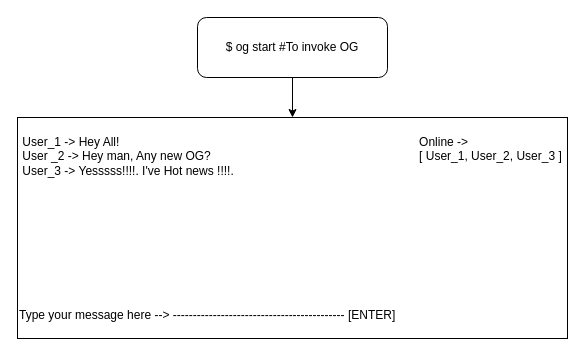
The draw.io diagram docs/system-design.drawio in rafitc/project-og, before the edit. Source tidied: cells renumbered, new cells numbered last; positions are measured from the earlier drawing's top-left corner, leaving out a move shared by most shapes. Both pictures are drawn from the tidied source at 100%, with x=0, y=0 at pixel (17, 17).
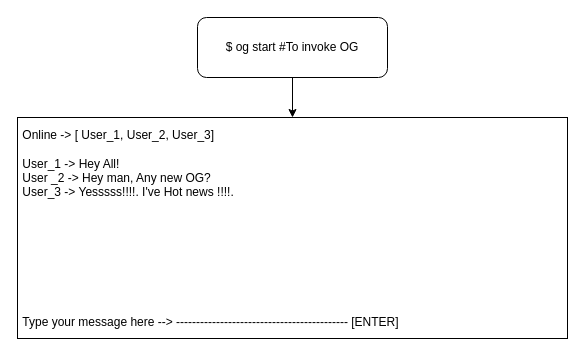
After the change.

What changed in the source:
```diff
@@
 <mxGraphModel>
   <root>
     <mxCell id="0" />
     <mxCell id="1" parent="0" />
-    <mxCell id="2" value="&amp;nbsp;User_1 -&amp;gt; Hey All!&amp;nbsp; &amp;nbsp; &amp;nbsp; &amp;nbsp; &amp;nbsp;&amp;nbsp;&lt;span style=&quot;white-space: pre;&quot;&gt;&#9;&lt;/span&gt;&lt;span style=&quot;white-space: pre;&quot;&gt;&#9;&lt;/span&gt;&lt;span style=&quot;white-space: pre;&quot;&gt;&#9;&lt;/span&gt;&lt;span style=&quot;white-space: pre;&quot;&gt;&#9;&lt;/span&gt;&lt;span style=&quot;white-space: pre;&quot;&gt;&#9;&lt;/span&gt;&lt;span style=&quot;white-space: pre;&quot;&gt;&#9;&lt;/span&gt;&lt;span style=&quot;white-space: pre;&quot;&gt;&#9;&lt;/span&gt;&lt;span style=&quot;white-space: pre;&quot;&gt;&#9;&lt;/span&gt;&lt;span style=&quot;white-space: pre;&quot;&gt;&#9;&lt;/span&gt;&lt;span style=&quot;white-space: pre;&quot;&gt;&#9;&lt;/span&gt;Online -&amp;gt;&lt;br&gt;&amp;nbsp;User _2 -&amp;gt; Hey man, Any new OG?&amp;nbsp; &amp;nbsp; &amp;nbsp; &amp;nbsp; &amp;nbsp; &amp;nbsp;&lt;span style=&quot;white-space: pre;&quot;&gt;&#9;&lt;/span&gt;&lt;span style=&quot;white-space: pre;&quot;&gt;&#9;&lt;/span&gt;&lt;span style=&quot;white-space: pre;&quot;&gt;&#9;&lt;/span&gt;&lt;span style=&quot;white-space: pre;&quot;&gt;&#9;&lt;/span&gt;&lt;span style=&quot;white-space: pre;&quot;&gt;&#9;&lt;/span&gt;&lt;span style=&quot;white-space: pre;&quot;&gt;&#9;&lt;/span&gt;&lt;span style=&quot;white-space: pre;&quot;&gt;&#9;&lt;/span&gt;[ User_1, User_2, User_3 ]&lt;br&gt;&amp;nbsp;User_3 -&amp;gt; Yesssss!!!!. I've Hot news !!!!.&amp;nbsp; &amp;nbsp; &amp;nbsp; &amp;nbsp; &amp;nbsp; &amp;nbsp; &amp;nbsp;&amp;nbsp;&lt;br&gt;&lt;br&gt;&lt;br&gt;&lt;br&gt;&lt;br&gt;&lt;br&gt;&lt;br&gt;&lt;br&gt;&lt;br&gt;&lt;br&gt;Type your message here --&amp;gt; ------------------------------------------- [ENTER]" style="rounded=0;whiteSpace=wrap;html=1;align=left;" parent="1" vertex="1">
+    <mxCell id="2" value="&amp;nbsp;Online -&amp;gt; [&amp;nbsp;User_1, User_2, User_3]&lt;br&gt;&lt;br&gt;&amp;nbsp;User_1 -&amp;gt; Hey All!&amp;nbsp; &amp;nbsp; &amp;nbsp; &amp;nbsp; &amp;nbsp;&amp;nbsp;&lt;span style=&quot;&quot;&gt;&lt;span style=&quot;&quot;&gt;&amp;nbsp;&amp;nbsp;&amp;nbsp;&amp;nbsp;&lt;/span&gt;&lt;/span&gt;&lt;span style=&quot;&quot;&gt;&lt;span style=&quot;&quot;&gt;&amp;nbsp;&amp;nbsp;&amp;nbsp;&amp;nbsp;&lt;/span&gt;&lt;/span&gt;&lt;span style=&quot;&quot;&gt;&lt;span style=&quot;&quot;&gt;&amp;nbsp;&amp;nbsp;&amp;nbsp;&amp;nbsp;&lt;/span&gt;&lt;/span&gt;&lt;span style=&quot;&quot;&gt;&lt;span style=&quot;&quot;&gt;&amp;nbsp;&amp;nbsp;&amp;nbsp;&amp;nbsp;&lt;/span&gt;&lt;/span&gt;&lt;span style=&quot;&quot;&gt;&lt;span style=&quot;&quot;&gt;&amp;nbsp;&amp;nbsp;&amp;nbsp;&amp;nbsp;&lt;/span&gt;&lt;/span&gt;&lt;span style=&quot;&quot;&gt;&lt;span style=&quot;&quot;&gt;&amp;nbsp;&amp;nbsp;&amp;nbsp;&amp;nbsp;&lt;/span&gt;&lt;/span&gt;&lt;span style=&quot;&quot;&gt;&lt;span style=&quot;&quot;&gt;&amp;nbsp;&amp;nbsp;&amp;nbsp;&amp;nbsp;&lt;/span&gt;&lt;/span&gt;&lt;span style=&quot;&quot;&gt;&lt;span style=&quot;&quot;&gt;&amp;nbsp;&amp;nbsp;&amp;nbsp;&amp;nbsp;&lt;/span&gt;&lt;/span&gt;&lt;span style=&quot;&quot;&gt;&lt;span style=&quot;&quot;&gt;&amp;nbsp;&amp;nbsp;&amp;nbsp;&amp;nbsp;&lt;/span&gt;&lt;/span&gt;&lt;span style=&quot;&quot;&gt;&lt;span style=&quot;&quot;&gt;&amp;nbsp;&amp;nbsp;&amp;nbsp;&amp;nbsp;&lt;/span&gt;&lt;/span&gt;&lt;br&gt;&amp;nbsp;User _2 -&amp;gt; Hey man, Any new OG?&amp;nbsp; &amp;nbsp; &amp;nbsp; &amp;nbsp; &amp;nbsp; &amp;nbsp;&lt;span style=&quot;&quot;&gt;&lt;span style=&quot;&quot;&gt;&amp;nbsp;&amp;nbsp;&amp;nbsp;&amp;nbsp;&lt;/span&gt;&lt;/span&gt;&lt;span style=&quot;&quot;&gt;&lt;span style=&quot;&quot;&gt;&amp;nbsp;&amp;nbsp;&amp;nbsp;&amp;nbsp;&lt;/span&gt;&lt;/span&gt;&lt;span style=&quot;&quot;&gt;&lt;span style=&quot;&quot;&gt;&amp;nbsp;&amp;nbsp;&amp;nbsp;&amp;nbsp;&lt;/span&gt;&lt;/span&gt;&lt;span style=&quot;&quot;&gt;&lt;span style=&quot;&quot;&gt;&amp;nbsp;&amp;nbsp;&amp;nbsp;&amp;nbsp;&lt;/span&gt;&lt;/span&gt;&lt;span style=&quot;&quot;&gt;&lt;span style=&quot;&quot;&gt;&amp;nbsp;&amp;nbsp;&amp;nbsp;&amp;nbsp;&lt;/span&gt;&lt;/span&gt;&lt;span style=&quot;&quot;&gt;&lt;span style=&quot;&quot;&gt;&amp;nbsp;&amp;nbsp;&amp;nbsp;&amp;nbsp;&lt;/span&gt;&lt;/span&gt;&lt;span style=&quot;&quot;&gt;&lt;span style=&quot;&quot;&gt;&amp;nbsp;&amp;nbsp;&amp;nbsp;&amp;nbsp;&lt;/span&gt;&lt;/span&gt;&lt;br&gt;&amp;nbsp;User_3 -&amp;gt; Yesssss!!!!. I've Hot news !!!!.&amp;nbsp; &amp;nbsp; &amp;nbsp; &amp;nbsp; &amp;nbsp; &amp;nbsp; &amp;nbsp;&amp;nbsp;&lt;br&gt;&lt;br&gt;&lt;br&gt;&lt;br&gt;&lt;br&gt;&lt;br&gt;&lt;br&gt;&lt;br&gt;&lt;br&gt;&amp;nbsp;Type your message here --&amp;gt; ------------------------------------------- [ENTER]" style="rounded=0;whiteSpace=wrap;html=1;align=left;" parent="1" vertex="1">
       <mxGeometry y="100" width="550" height="221" as="geometry" />
     </mxCell>
     <mxCell id="3" style="edgeStyle=orthogonalEdgeStyle;rounded=0;jettySize=auto;html=1;" parent="1" edge="1" source="4" target="2">
       <mxGeometry relative="1" as="geometry" />
     </mxCell>
     <mxCell id="4" value="$ og start #To invoke OG" style="rounded=1;whiteSpace=wrap;html=1;" parent="1" vertex="1">
       <mxGeometry x="180" width="190" height="60" as="geometry" />
     </mxCell>
   </root>
 </mxGraphModel>
```
